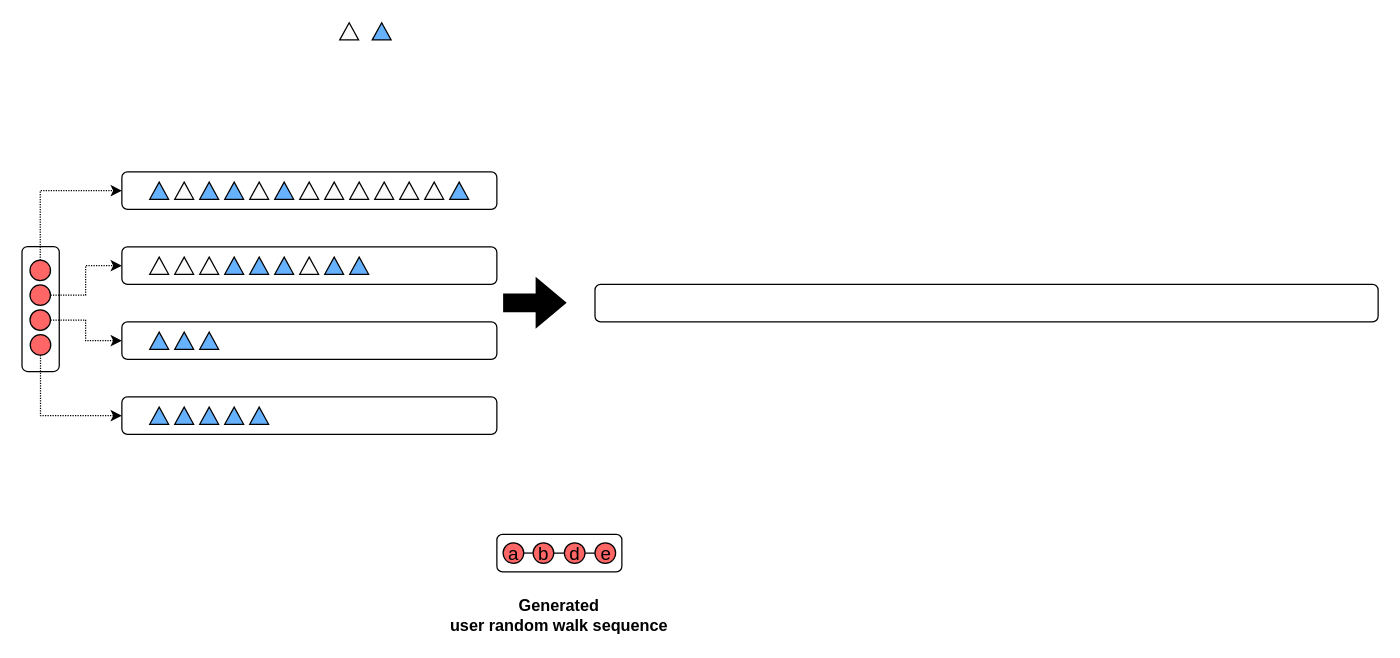
The draw.io diagram page "Item mapping" (22 of 22) of SoFT/InformationScience (copy).drawio in NIckmin96/paper_resources, before the edit. Source tidied: cells renumbered, new cells numbered last; positions are measured from the earlier drawing's top-left corner, leaving out a move shared by most shapes. Both pictures are drawn from the tidied source at 125%, with x=0, y=0 at pixel (-22, 21).
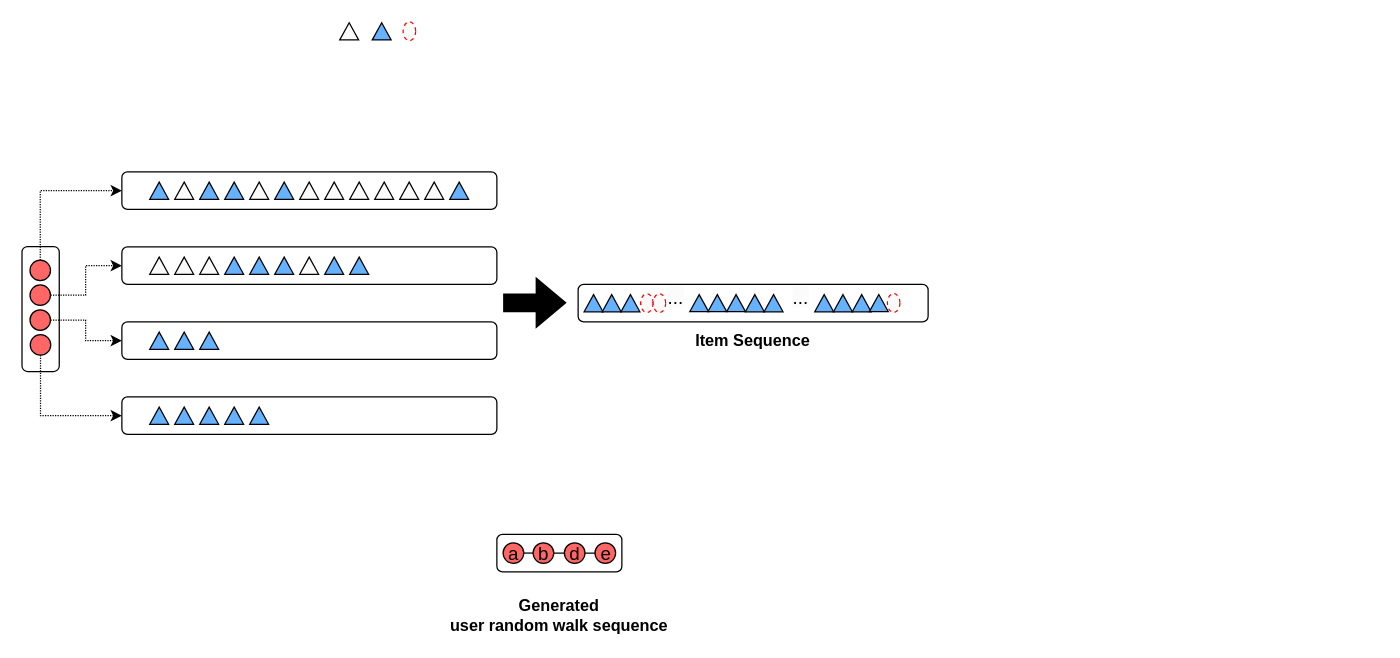
Above is the later version.

The edit, as a diff of the source:
```diff
@@
+    <mxCell id="60" style="group;" parent="1" vertex="1">
+      <mxGeometry x="35" y="120" width="725" height="210" as="geometry" />
+    </mxCell>
-    <mxCell id="13" style="group;" parent="1" vertex="1">
-      <mxGeometry x="35" y="120" width="380" height="210" as="geometry" />
+    <mxCell id="13" style="group;" parent="60" vertex="1">
+      <mxGeometry width="380" height="210" as="geometry" />
     </mxCell>
@@
-    <mxCell id="58" style="shape=flexArrow;endArrow=classic;html=1;rounded=0;elbow=vertical;strokeWidth=3;strokeColor=#000000;fillColor=#000000;" parent="1" edge="1">
+    <mxCell id="58" style="shape=flexArrow;endArrow=classic;html=1;rounded=0;elbow=vertical;strokeWidth=3;strokeColor=#000000;fillColor=#000000;" parent="60" edge="1">
       <mxGeometry relative="1" as="geometry">
-        <mxPoint x="420" y="224.7" as="sourcePoint" />
-        <mxPoint x="470" y="224.7" as="targetPoint" />
+        <mxPoint x="385" y="104.7" as="sourcePoint" />
+        <mxPoint x="435" y="104.7" as="targetPoint" />
       </mxGeometry>
     </mxCell>
-    <mxCell id="59" style="rounded=1;whiteSpace=wrap;html=1;fontSize=15;fillColor=#FFFFFF;" parent="1" vertex="1">
-      <mxGeometry x="493.5" y="210" width="626.5" height="30" as="geometry" />
+    <mxCell id="59" style="rounded=1;whiteSpace=wrap;html=1;fontSize=15;fillColor=#FFFFFF;" parent="60" vertex="1">
+      <mxGeometry x="445" y="90" width="280" height="30" as="geometry" />
     </mxCell>
+    <mxCell id="61" style="triangle;whiteSpace=wrap;html=1;fontSize=11;fillColor=#66B2FF;rotation=-90;" parent="60" vertex="1">
+      <mxGeometry x="450.5" y="97.5" width="13.7" height="15.1" as="geometry" />
+    </mxCell>
+    <mxCell id="62" style="triangle;whiteSpace=wrap;html=1;fontSize=11;fillColor=#66B2FF;rotation=-90;" parent="60" vertex="1">
+      <mxGeometry x="465" y="97.5" width="13.7" height="15.1" as="geometry" />
+    </mxCell>
+    <mxCell id="63" style="triangle;whiteSpace=wrap;html=1;fontSize=11;fillColor=#66B2FF;rotation=-90;" parent="60" vertex="1">
+      <mxGeometry x="480" y="97.5" width="13.7" height="15.1" as="geometry" />
+    </mxCell>
+    <mxCell id="64" style="triangle;whiteSpace=wrap;html=1;fontSize=11;fillColor=#66B2FF;rotation=-90;" parent="60" vertex="1">
+      <mxGeometry x="535" y="97.5" width="13.7" height="15.1" as="geometry" />
+    </mxCell>
+    <mxCell id="65" style="triangle;whiteSpace=wrap;html=1;fontSize=11;fillColor=#66B2FF;rotation=-90;" parent="60" vertex="1">
+      <mxGeometry x="549.5" y="97.5" width="13.7" height="15.1" as="geometry" />
+    </mxCell>
+    <mxCell id="66" style="triangle;whiteSpace=wrap;html=1;fontSize=11;fillColor=#66B2FF;rotation=-90;" parent="60" vertex="1">
+      <mxGeometry x="564.5" y="97.5" width="13.7" height="15.1" as="geometry" />
+    </mxCell>
+    <mxCell id="67" style="triangle;whiteSpace=wrap;html=1;fontSize=11;fillColor=#66B2FF;rotation=-90;" parent="60" vertex="1">
+      <mxGeometry x="579.5" y="97.5" width="13.7" height="15.1" as="geometry" />
+    </mxCell>
+    <mxCell id="68" style="triangle;whiteSpace=wrap;html=1;fontSize=11;fillColor=#66B2FF;rotation=-90;" parent="60" vertex="1">
+      <mxGeometry x="594.5" y="97.5" width="13.7" height="15.1" as="geometry" />
+    </mxCell>
+    <mxCell id="69" style="triangle;whiteSpace=wrap;html=1;fontSize=11;fillColor=#66B2FF;rotation=-90;" parent="60" vertex="1">
+      <mxGeometry x="635" y="97.5" width="13.7" height="15.1" as="geometry" />
+    </mxCell>
+    <mxCell id="70" style="triangle;whiteSpace=wrap;html=1;fontSize=11;fillColor=#66B2FF;rotation=-90;" parent="60" vertex="1">
+      <mxGeometry x="650" y="97.5" width="13.7" height="15.1" as="geometry" />
+    </mxCell>
+    <mxCell id="71" style="triangle;whiteSpace=wrap;html=1;fontSize=11;fillColor=#66B2FF;rotation=-90;" parent="60" vertex="1">
+      <mxGeometry x="665" y="97.5" width="13.7" height="15.1" as="geometry" />
+    </mxCell>
+    <mxCell id="72" value="&lt;b&gt;Item Sequence&lt;/b&gt;" style="text;html=1;strokeColor=none;fillColor=none;align=center;verticalAlign=middle;whiteSpace=wrap;rounded=0;fontSize=13;" parent="60" vertex="1">
+      <mxGeometry x="495" y="120" width="180" height="30" as="geometry" />
+    </mxCell>
+    <mxCell id="73" style="ellipse;whiteSpace=wrap;html=1;fillStyle=auto;fontSize=5;fillColor=#fafafa;gradientColor=none;dashed=1;strokeColor=#ff0000;" parent="60" vertex="1">
+      <mxGeometry x="495" y="97.5" width="10" height="15" as="geometry" />
+    </mxCell>
+    <mxCell id="74" style="ellipse;whiteSpace=wrap;html=1;fillStyle=auto;fontSize=5;fillColor=#fafafa;gradientColor=none;dashed=1;strokeColor=#ff0000;" parent="60" vertex="1">
+      <mxGeometry x="505" y="97.5" width="10" height="15" as="geometry" />
+    </mxCell>
+    <mxCell id="75" value="&lt;span style=&quot;color: rgb(0, 0, 0); font-family: Helvetica; font-size: 15px; font-style: normal; font-variant-ligatures: normal; font-variant-caps: normal; font-weight: 400; letter-spacing: normal; orphans: 2; text-align: center; text-indent: 0px; text-transform: none; widows: 2; word-spacing: 0px; -webkit-text-stroke-width: 0px; background-color: rgb(251, 251, 251); text-decoration-thickness: initial; text-decoration-style: initial; text-decoration-color: initial; float: none; display: inline !important;&quot;&gt;...&lt;/span&gt;" style="text;whiteSpace=wrap;html=1;fontSize=5;" parent="60" vertex="1">
+      <mxGeometry x="515" y="85" width="20" height="40" as="geometry" />
+    </mxCell>
+    <mxCell id="76" value="&lt;span style=&quot;color: rgb(0, 0, 0); font-family: Helvetica; font-size: 15px; font-style: normal; font-variant-ligatures: normal; font-variant-caps: normal; font-weight: 400; letter-spacing: normal; orphans: 2; text-align: center; text-indent: 0px; text-transform: none; widows: 2; word-spacing: 0px; -webkit-text-stroke-width: 0px; background-color: rgb(251, 251, 251); text-decoration-thickness: initial; text-decoration-style: initial; text-decoration-color: initial; float: none; display: inline !important;&quot;&gt;...&lt;/span&gt;" style="text;whiteSpace=wrap;html=1;fontSize=5;" parent="60" vertex="1">
+      <mxGeometry x="615" y="85" width="20" height="40" as="geometry" />
+    </mxCell>
+    <mxCell id="77" style="triangle;whiteSpace=wrap;html=1;fontSize=11;fillColor=#66B2FF;rotation=-90;" parent="60" vertex="1">
+      <mxGeometry x="678.7" y="97.4" width="13.7" height="15.1" as="geometry" />
+    </mxCell>
+    <mxCell id="78" style="ellipse;whiteSpace=wrap;html=1;fillStyle=auto;fontSize=5;fillColor=#fafafa;gradientColor=none;dashed=1;strokeColor=#ff0000;" parent="60" vertex="1">
+      <mxGeometry x="692.4" y="97.4" width="10" height="15" as="geometry" />
+    </mxCell>
+    <mxCell id="79" style="ellipse;whiteSpace=wrap;html=1;fillStyle=auto;fontSize=5;fillColor=#fafafa;gradientColor=none;dashed=1;strokeColor=#ff0000;" parent="1" vertex="1">
+      <mxGeometry x="340" width="10" height="15" as="geometry" />
+    </mxCell>
```
